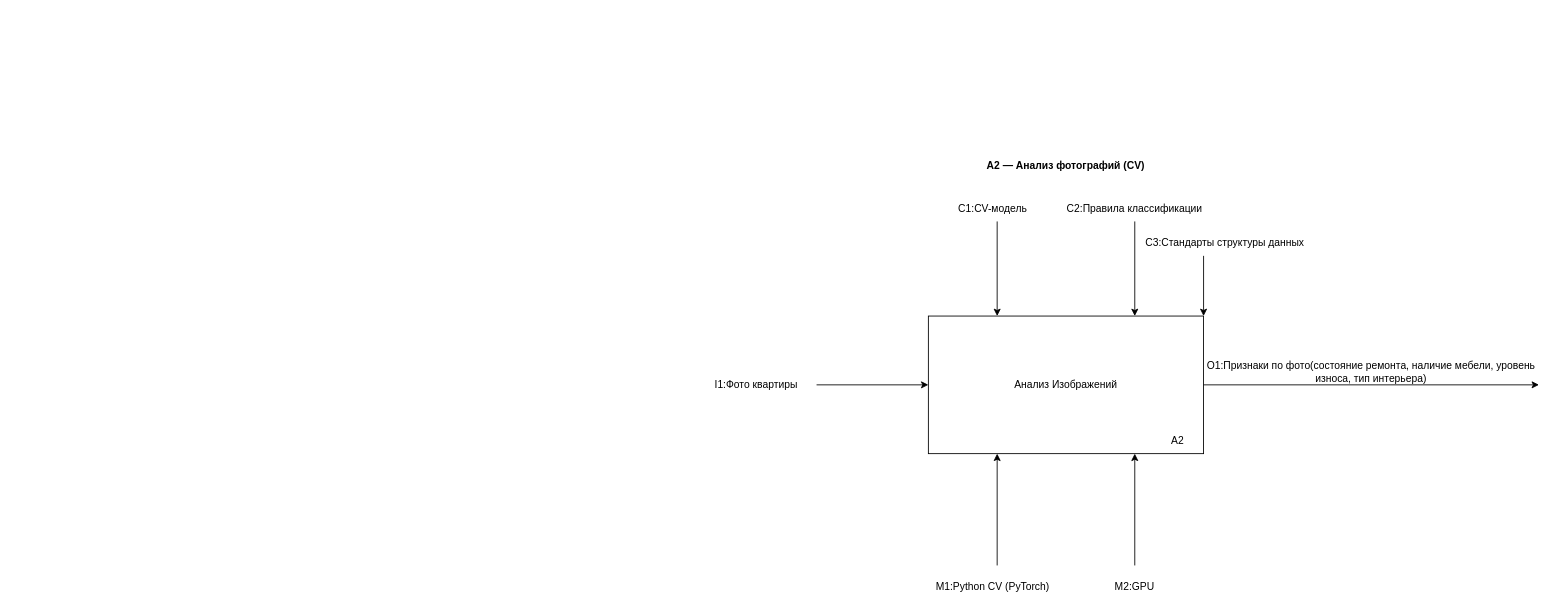
Above: src/diagrams/IDEF0/IDEF0_F2.drawio in HeadMaxResh/system-engineering-playbook (draw.io), before the change. Source tidied: cells renumbered, new cells numbered last; positions are measured from the earlier drawing's top-left corner, leaving out a move shared by most shapes. Both pictures are drawn from the tidied source at 86%, with x=0, y=0 at pixel (704, 152).
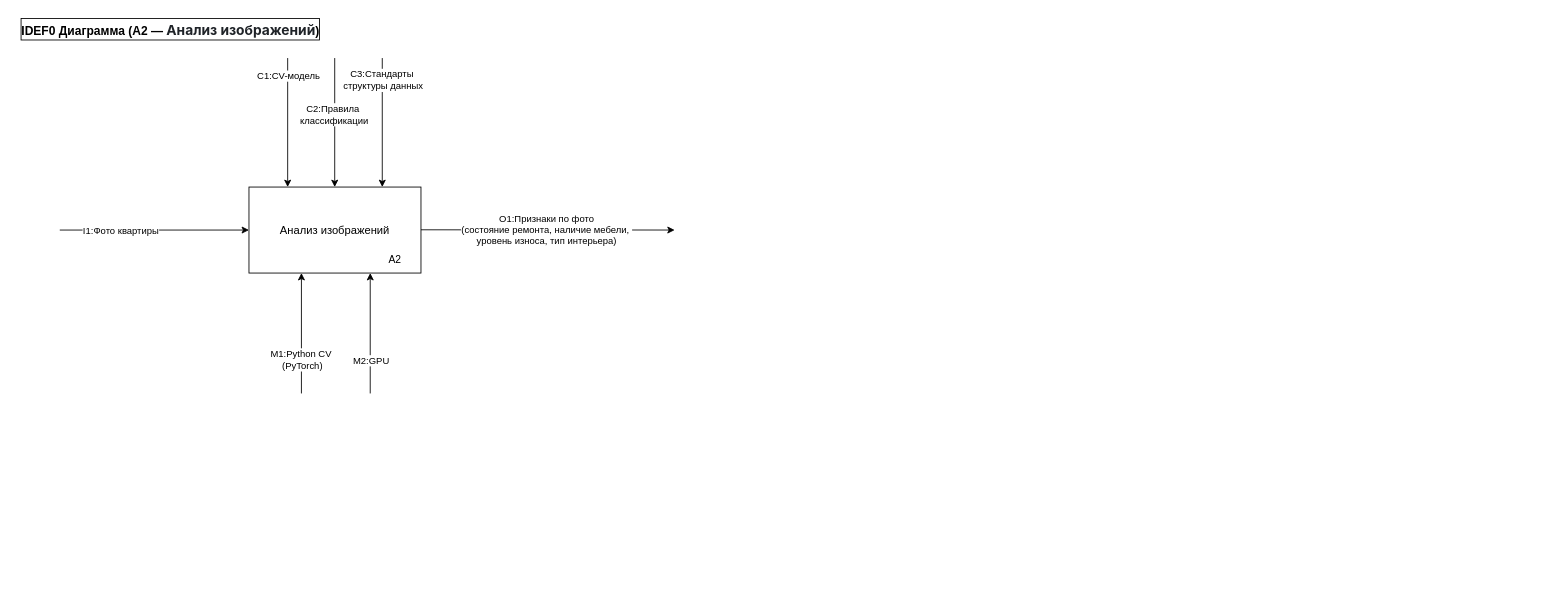
After the change.

What changed in the source:
```diff
@@
-    <mxCell id="2" value="&lt;b&gt;A2 — Анализ фотографий (CV)&lt;/b&gt;" style="text;html=1;whiteSpace=wrap;strokeColor=none;fillColor=none;align=center;verticalAlign=middle;rounded=0;" parent="1" vertex="1">
-      <mxGeometry x="290" width="260" height="30" as="geometry" />
-    </mxCell>
-    <mxCell id="3" value="Анализ Изображений" style="rounded=0;whiteSpace=wrap;html=1;" parent="1" vertex="1">
-      <mxGeometry x="260" y="190" width="320" height="160" as="geometry" />
-    </mxCell>
-    <mxCell id="4" value="A2" style="text;html=1;whiteSpace=wrap;strokeColor=none;fillColor=none;align=center;verticalAlign=middle;rounded=0;" parent="1" vertex="1">
-      <mxGeometry x="520" y="320" width="60" height="30" as="geometry" />
-    </mxCell>
-    <mxCell id="5" style="endArrow=classic;html=1;rounded=0;entryX=0;entryY=0.5;entryDx=0;entryDy=0;" parent="1" edge="1" target="3">
-      <mxGeometry relative="1" as="geometry">
-        <mxPoint x="130" y="270" as="sourcePoint" />
-      </mxGeometry>
-    </mxCell>
+    <mxCell id="19" value="&lt;font style=&quot;font-size: 13px;&quot;&gt;Анализ изображений&lt;/font&gt;" style="rounded=0;whiteSpace=wrap;html=1;" parent="1" vertex="1">
+      <mxGeometry x="-530" y="40" width="200" height="100" as="geometry" />
+    </mxCell>
+    <mxCell id="20" value="А2" style="text;html=1;strokeColor=none;fillColor=none;align=center;verticalAlign=middle;whiteSpace=wrap;rounded=0;" parent="1" vertex="1">
+      <mxGeometry x="-390" y="110" width="60" height="30" as="geometry" />
+    </mxCell>
+    <mxCell id="21" style="endArrow=classic;html=1;rounded=0;entryX=0.5;entryY=0;entryDx=0;entryDy=0;" parent="1" edge="1">
+      <mxGeometry relative="1" as="geometry">
+        <mxPoint x="-485" y="-110" as="sourcePoint" />
+        <mxPoint x="-485" y="40" as="targetPoint" />
+      </mxGeometry>
+    </mxCell>
+    <mxCell id="8" value="C1:CV-модель" style="edgeLabel;html=1;align=center;verticalAlign=middle;fontSize=11;" parent="21" vertex="1">
+      <mxGeometry x="-0.22" y="-1" relative="1" as="geometry">
+        <mxPoint x="1" y="-39" as="offset" />
+      </mxGeometry>
+    </mxCell>
+    <mxCell id="22" style="edgeStyle=none;shape=connector;rounded=0;orthogonalLoop=1;jettySize=auto;html=1;exitX=0;exitY=0.75;exitDx=0;exitDy=0;labelBackgroundColor=default;strokeColor=default;align=center;verticalAlign=middle;fontFamily=Helvetica;fontSize=11;fontColor=default;endArrow=none;startArrow=classic;startFill=1;endFill=0;" parent="1" edge="1">
+      <mxGeometry relative="1" as="geometry">
+        <mxPoint x="-530" y="90" as="sourcePoint" />
+        <mxPoint x="-750" y="90" as="targetPoint" />
+      </mxGeometry>
+    </mxCell>
-    <mxCell id="6" value="I1:Фото квартиры" style="text;html=1;whiteSpace=wrap;strokeColor=none;fillColor=none;align=center;verticalAlign=middle;rounded=0;" parent="1" vertex="1">
-      <mxGeometry y="255" width="120" height="30" as="geometry" />
+    <mxCell id="6" value="I1:Фото квартиры" style="edgeLabel;html=1;align=center;verticalAlign=middle;fontSize=11;fontFamily=Helvetica;fontColor=default;" parent="22" vertex="1">
+      <mxGeometry x="0.29" y="2" relative="1" as="geometry">
+        <mxPoint x="-8" y="-2" as="offset" />
+      </mxGeometry>
     </mxCell>
-    <mxCell id="7" style="endArrow=classic;html=1;rounded=0;entryX=0.25;entryY=0;entryDx=0;entryDy=0;" parent="1" edge="1" target="3">
-      <mxGeometry relative="1" as="geometry">
-        <mxPoint x="340" y="80" as="sourcePoint" />
-      </mxGeometry>
-    </mxCell>
-    <mxCell id="8" value="C1:CV-модель" style="text;html=1;whiteSpace=wrap;strokeColor=none;fillColor=none;align=center;verticalAlign=middle;rounded=0;" parent="1" vertex="1">
-      <mxGeometry x="280" y="50" width="110" height="30" as="geometry" />
-    </mxCell>
-    <mxCell id="9" style="endArrow=classic;html=1;rounded=0;entryX=0.75;entryY=0;entryDx=0;entryDy=0;" parent="1" edge="1" target="3">
-      <mxGeometry relative="1" as="geometry">
-        <mxPoint x="500" y="80" as="sourcePoint" />
-      </mxGeometry>
-    </mxCell>
+    <mxCell id="23" style="edgeStyle=orthogonalEdgeStyle;rounded=0;orthogonalLoop=1;jettySize=auto;html=1;entryX=0.25;entryY=1;entryDx=0;entryDy=0;" parent="1" edge="1">
+      <mxGeometry relative="1" as="geometry">
+        <mxPoint x="-469" y="280" as="sourcePoint" />
+        <mxPoint x="-469" y="140" as="targetPoint" />
+      </mxGeometry>
+    </mxCell>
+    <mxCell id="14" value="M1:Python CV&amp;nbsp;&lt;div&gt;(PyTorch)&lt;/div&gt;" style="edgeLabel;html=1;align=center;verticalAlign=middle;fontSize=11;" parent="23" vertex="1">
+      <mxGeometry x="0.56" y="2" relative="1" as="geometry">
+        <mxPoint x="2" y="69" as="offset" />
+      </mxGeometry>
+    </mxCell>
+    <mxCell id="24" style="edgeStyle=orthogonalEdgeStyle;rounded=0;orthogonalLoop=1;jettySize=auto;html=1;entryX=0.25;entryY=1;entryDx=0;entryDy=0;" parent="1" edge="1">
+      <mxGeometry relative="1" as="geometry">
+        <mxPoint x="-389" y="280" as="sourcePoint" />
+        <mxPoint x="-389" y="140" as="targetPoint" />
+      </mxGeometry>
+    </mxCell>
+    <mxCell id="16" value="M2:GPU" style="edgeLabel;html=1;align=center;verticalAlign=middle;fontSize=11;" parent="24" vertex="1">
+      <mxGeometry x="0.56" y="2" relative="1" as="geometry">
+        <mxPoint x="2" y="70" as="offset" />
+      </mxGeometry>
+    </mxCell>
+    <mxCell id="25" style="edgeStyle=none;shape=connector;rounded=0;orthogonalLoop=1;jettySize=auto;html=1;labelBackgroundColor=default;strokeColor=default;align=center;verticalAlign=middle;fontFamily=Helvetica;fontSize=11;fontColor=default;endArrow=none;startArrow=classic;startFill=1;endFill=0;" parent="1" edge="1">
+      <mxGeometry relative="1" as="geometry">
+        <mxPoint x="-35" y="90" as="sourcePoint" />
+        <mxPoint x="-330" y="89.7" as="targetPoint" />
+      </mxGeometry>
+    </mxCell>
+    <mxCell id="26" value="O1:Признаки по фото&lt;div&gt;(состояние ремонта, наличие мебели,&amp;nbsp;&lt;/div&gt;&lt;div&gt;уровень износа, тип интерьера)&lt;/div&gt;" style="edgeLabel;html=1;align=center;verticalAlign=middle;fontSize=11;fontFamily=Helvetica;fontColor=default;" parent="25" vertex="1">
+      <mxGeometry x="0.29" y="2" relative="1" as="geometry">
+        <mxPoint x="41" y="-2" as="offset" />
+      </mxGeometry>
+    </mxCell>
+    <mxCell id="27" value="&lt;font style=&quot;font-size: 14px;&quot;&gt;IDEF0 Диаграмма (A2 —&amp;nbsp;&lt;span style=&quot;box-sizing: border-box; color: rgb(31, 35, 40); font-family: -apple-system, BlinkMacSystemFont, &amp;quot;Segoe UI&amp;quot;, &amp;quot;Noto Sans&amp;quot;, Helvetica, Arial, sans-serif, &amp;quot;Apple Color Emoji&amp;quot;, &amp;quot;Segoe UI Emoji&amp;quot;; font-size: 16px; text-align: start; background-color: rgb(255, 255, 255);&quot;&gt;Анализ изображений&lt;/span&gt;)&lt;/font&gt;" style="text;html=1;strokeColor=none;fillColor=none;align=center;verticalAlign=middle;whiteSpace=wrap;rounded=0;fontSize=20;fontStyle=1;labelBackgroundColor=none;labelBorderColor=default;spacingTop=1;" parent="1" vertex="1">
+      <mxGeometry x="-802" y="-160" width="362" height="30" as="geometry" />
+    </mxCell>
+    <mxCell id="28" style="endArrow=classic;html=1;rounded=0;entryX=0.5;entryY=0;entryDx=0;entryDy=0;" parent="1" edge="1">
+      <mxGeometry relative="1" as="geometry">
+        <mxPoint x="-430.3" y="-110" as="sourcePoint" />
+        <mxPoint x="-430.3" y="40" as="targetPoint" />
+      </mxGeometry>
+    </mxCell>
-    <mxCell id="10" value="C2:Правила классификации" style="text;html=1;whiteSpace=wrap;strokeColor=none;fillColor=none;align=center;verticalAlign=middle;rounded=0;" parent="1" vertex="1">
-      <mxGeometry x="420" y="50" width="160" height="30" as="geometry" />
+    <mxCell id="10" value="C2:Правила&amp;nbsp;&lt;div&gt;классификации&lt;/div&gt;" style="edgeLabel;html=1;align=center;verticalAlign=middle;fontSize=11;" parent="28" vertex="1">
+      <mxGeometry x="-0.22" y="-1" relative="1" as="geometry">
+        <mxPoint y="6" as="offset" />
+      </mxGeometry>
     </mxCell>
-    <mxCell id="11" style="endArrow=classic;html=1;rounded=0;exitX=1;exitY=0.5;exitDx=0;exitDy=0;" parent="1" edge="1" source="3">
-      <mxGeometry relative="1" as="geometry">
-        <mxPoint x="970" y="270" as="targetPoint" />
-      </mxGeometry>
-    </mxCell>
-    <mxCell id="12" value="&lt;div&gt;O1:Признаки по фото(&lt;span style=&quot;background-color: transparent; color: light-dark(rgb(0, 0, 0), rgb(255, 255, 255));&quot;&gt;состояние ремонта,&amp;nbsp;&lt;/span&gt;&lt;span style=&quot;background-color: transparent; color: light-dark(rgb(0, 0, 0), rgb(255, 255, 255));&quot;&gt;наличие мебели,&amp;nbsp;&lt;/span&gt;&lt;span style=&quot;background-color: transparent; color: light-dark(rgb(0, 0, 0), rgb(255, 255, 255));&quot;&gt;уровень износа,&amp;nbsp;&lt;/span&gt;&lt;span style=&quot;background-color: transparent; color: light-dark(rgb(0, 0, 0), rgb(255, 255, 255));&quot;&gt;тип интерьера)&lt;/span&gt;&lt;/div&gt;" style="text;html=1;whiteSpace=wrap;strokeColor=none;fillColor=none;align=center;verticalAlign=middle;rounded=0;" parent="1" vertex="1">
-      <mxGeometry x="580" y="240" width="390" height="30" as="geometry" />
-    </mxCell>
-    <mxCell id="13" style="endArrow=classic;html=1;rounded=0;entryX=0.25;entryY=1;entryDx=0;entryDy=0;" parent="1" edge="1" target="3">
-      <mxGeometry relative="1" as="geometry">
-        <mxPoint x="340" y="480" as="sourcePoint" />
-      </mxGeometry>
-    </mxCell>
-    <mxCell id="14" value="M1:Python CV (PyTorch)" style="text;html=1;whiteSpace=wrap;strokeColor=none;fillColor=none;align=center;verticalAlign=middle;rounded=0;" parent="1" vertex="1">
-      <mxGeometry x="250" y="490" width="170" height="30" as="geometry" />
-    </mxCell>
-    <mxCell id="15" style="endArrow=classic;html=1;rounded=0;entryX=0.75;entryY=1;entryDx=0;entryDy=0;" parent="1" edge="1" target="3">
-      <mxGeometry relative="1" as="geometry">
-        <mxPoint x="500" y="480" as="sourcePoint" />
-      </mxGeometry>
-    </mxCell>
-    <mxCell id="16" value="M2:GPU" style="text;html=1;whiteSpace=wrap;strokeColor=none;fillColor=none;align=center;verticalAlign=middle;rounded=0;" parent="1" vertex="1">
-      <mxGeometry x="470" y="490" width="60" height="30" as="geometry" />
-    </mxCell>
-    <mxCell id="17" style="endArrow=classic;html=1;rounded=0;entryX=1;entryY=0;entryDx=0;entryDy=0;" parent="1" edge="1" target="3">
-      <mxGeometry relative="1" as="geometry">
-        <mxPoint x="580" y="120" as="sourcePoint" />
-      </mxGeometry>
-    </mxCell>
+    <mxCell id="29" style="endArrow=classic;html=1;rounded=0;entryX=0.5;entryY=0;entryDx=0;entryDy=0;" parent="1" edge="1">
+      <mxGeometry relative="1" as="geometry">
+        <mxPoint x="-375" y="-110" as="sourcePoint" />
+        <mxPoint x="-375" y="40" as="targetPoint" />
+      </mxGeometry>
+    </mxCell>
-    <mxCell id="18" value="C3:Стандарты структуры данных" style="text;html=1;whiteSpace=wrap;strokeColor=none;fillColor=none;align=center;verticalAlign=middle;rounded=0;" parent="1" vertex="1">
-      <mxGeometry x="510" y="90" width="190" height="30" as="geometry" />
+    <mxCell id="18" value="C3:Стандарты&amp;nbsp;&lt;div&gt;структуры данных&lt;/div&gt;" style="edgeLabel;html=1;align=center;verticalAlign=middle;fontSize=11;" parent="29" vertex="1">
+      <mxGeometry x="-0.22" y="-1" relative="1" as="geometry">
+        <mxPoint x="1" y="-34" as="offset" />
+      </mxGeometry>
     </mxCell>
```
